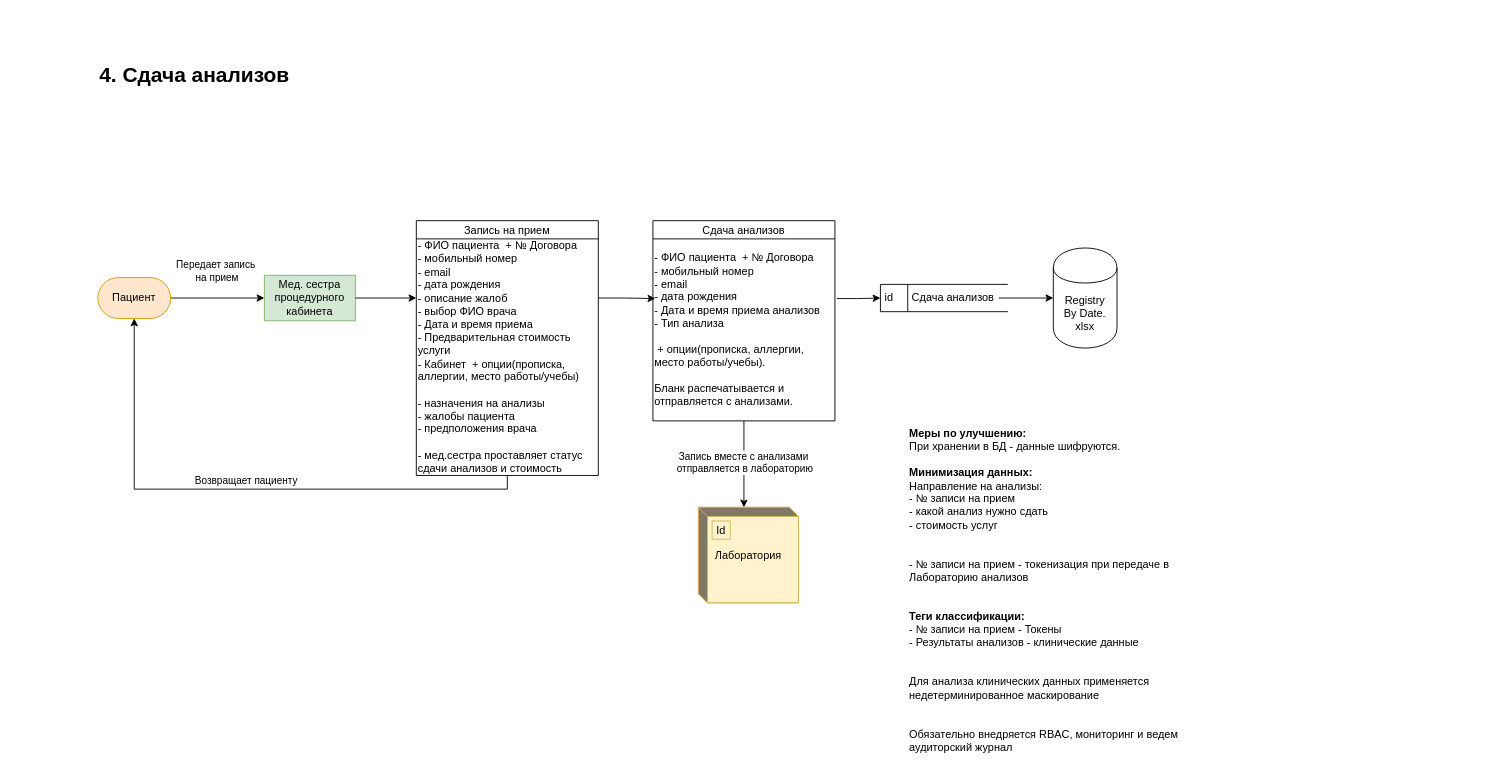
Before: page "Сдача анализов" (4 of 7) of Exc1/Data Flow Diagrams.drawio in Ayzatullin/architecture-sprint-10, a draw.io diagram. Source tidied: cells renumbered, new cells numbered last; positions are measured from the earlier drawing's top-left corner, leaving out a move shared by most shapes. Both pictures are drawn from the tidied source at 91%, with x=0, y=0 at pixel (97, 61).
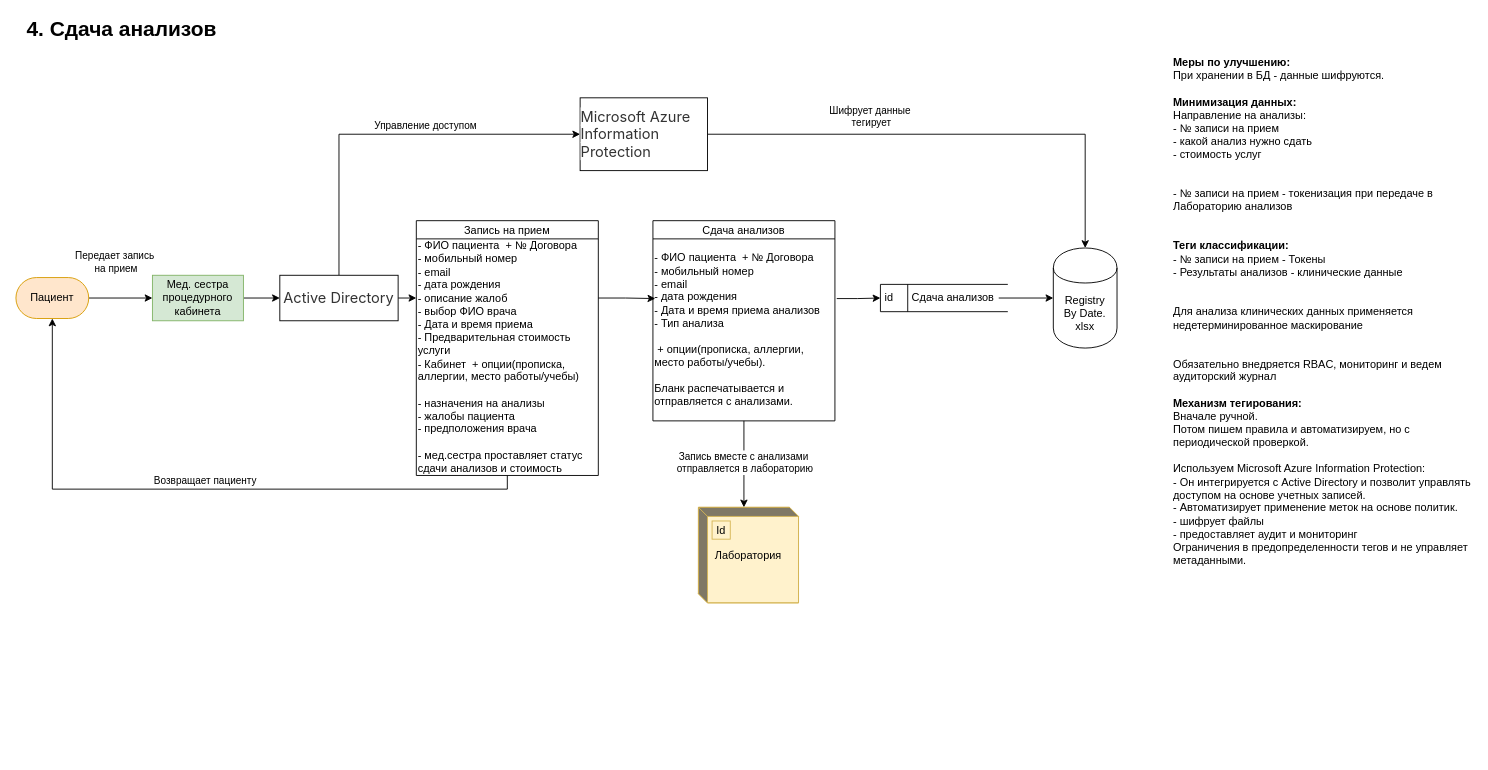
Above is the later version.

Commit message (it also covers changes not shown here):
В 1 задании описал механизм тегирование и инструменты в data flow diagrams

The change refers to these unchanged cells:
```xml
<mxCell id="2" style="edgeStyle=orthogonalEdgeStyle;rounded=0;jettySize=auto;html=1;" parent="1" edge="1" source="4" target="6">
  <mxGeometry relative="1" as="geometry" />
</mxCell>
<mxCell id="8" value="&lt;div style=&quot;&quot;&gt;&lt;span style=&quot;background-color: transparent; color: light-dark(rgb(0, 0, 0), rgb(255, 255, 255));&quot;&gt;- ФИО пациента&amp;nbsp;&lt;/span&gt;&lt;span style=&quot;background-color: transparent; color: light-dark(rgb(0, 0, 0), rgb(255, 255, 255));&quot;&gt;&amp;nbsp;&lt;/span&gt;&lt;span style=&quot;background-color: transparent; color: light-dark(rgb(0, 0, 0), rgb(255, 255, 255));&quot;&gt;+ № Договора&lt;/span&gt;&lt;/div&gt;&lt;div style=&quot;&quot;&gt;&lt;div&gt;- мобильный номер&lt;/div&gt;&lt;div&gt;- email&lt;/div&gt;&lt;div&gt;- дата рождения&lt;/div&gt;&lt;div&gt;- описание жалоб&lt;/div&gt;&lt;div&gt;- выбор ФИО врача&lt;/div&gt;&lt;div&gt;- Дата и время приема&lt;/div&gt;&lt;div&gt;- Предварительная стоимость услуги&lt;/div&gt;&lt;div&gt;- Кабинет&amp;nbsp;&lt;span style=&quot;background-color: transparent; color: light-dark(rgb(0, 0, 0), rgb(255, 255, 255));&quot;&gt;&amp;nbsp;+ опции(прописка, аллергии, место работы/учебы)&lt;/span&gt;&lt;/div&gt;&lt;div&gt;&lt;br&gt;&lt;/div&gt;&lt;div&gt;&lt;div&gt;- назначения на анализы&lt;/div&gt;&lt;div&gt;- жалобы пациента&lt;/div&gt;&lt;div&gt;- предположения врача&lt;/div&gt;&lt;/div&gt;&lt;div&gt;&lt;br&gt;&lt;/div&gt;&lt;div&gt;- мед.сестра проставляет статус сдачи анализов и стоимость&lt;/div&gt;&lt;/div&gt;" style="text;html=1;align=left;verticalAlign=middle;whiteSpace=wrap;rounded=0;" parent="7" vertex="1">
  <mxGeometry y="20" width="200" height="260" as="geometry" />
</mxCell>
<mxCell id="14" value="&lt;div&gt;Registry&lt;/div&gt;&lt;div&gt;By Date.&lt;/div&gt;&lt;div&gt;xlsx&lt;/div&gt;" style="shape=cylinder;whiteSpace=wrap;html=1;boundedLbl=1;backgroundOutline=1;" parent="1" vertex="1">
  <mxGeometry x="1050" y="205" width="70" height="110" as="geometry" />
</mxCell>
```

What changed in the source:
```diff
@@
     <mxCell id="3" value="Передает запись&amp;nbsp;&lt;div&gt;на прием&lt;/div&gt;" style="edgeLabel;html=1;align=center;verticalAlign=middle;" parent="2" vertex="1">
       <mxGeometry x="0.28" y="-3" relative="1" as="geometry">
-        <mxPoint x="-16" y="-33" as="offset" />
+        <mxPoint x="-16" y="-43" as="offset" />
       </mxGeometry>
     </mxCell>
     <mxCell id="4" value="Пациент" style="html=1;dashed=0;whiteSpace=wrap;shape=mxgraph.dfd.start;fillColor=#ffe6cc;strokeColor=#d79b00;" parent="1" vertex="1">
-      <mxGeometry y="237.5" width="80" height="45" as="geometry" />
+      <mxGeometry x="-90" y="237.5" width="80" height="45" as="geometry" />
     </mxCell>
     <mxCell id="5" value="4. Сдача анализов" style="text;html=1;align=left;verticalAlign=middle;whiteSpace=wrap;rounded=0;fontStyle=1;fontSize=23;" parent="1" vertex="1">
-      <mxGeometry width="660" height="30" as="geometry" />
+      <mxGeometry x="-80" y="-50" width="660" height="30" as="geometry" />
     </mxCell>
+    <mxCell id="25" style="edgeStyle=orthogonalEdgeStyle;rounded=0;jettySize=auto;html=1;entryX=0;entryY=0.5;entryDx=0;entryDy=0;" parent="1" edge="1" source="6" target="28">
+      <mxGeometry relative="1" as="geometry" />
+    </mxCell>
     <mxCell id="6" value="Мед. сестра процедурного кабинета" style="html=1;dashed=0;whiteSpace=wrap;fillColor=#d5e8d4;strokeColor=#82b366;" parent="1" vertex="1">
-      <mxGeometry x="183" y="235" width="100" height="50" as="geometry" />
+      <mxGeometry x="60" y="235" width="100" height="50" as="geometry" />
     </mxCell>
@@
-    <mxCell id="9" style="edgeStyle=orthogonalEdgeStyle;rounded=0;jettySize=auto;html=1;entryX=0;entryY=0.25;entryDx=0;entryDy=0;" parent="1" edge="1" source="6" target="8">
+    <mxCell id="9" style="edgeStyle=orthogonalEdgeStyle;rounded=0;jettySize=auto;html=1;entryX=0;entryY=0.25;entryDx=0;entryDy=0;exitX=1;exitY=0.5;exitDx=0;exitDy=0;" parent="1" edge="1" source="28" target="8">
       <mxGeometry relative="1" as="geometry" />
     </mxCell>
@@
     <mxCell id="16" style="edgeStyle=orthogonalEdgeStyle;rounded=0;jettySize=auto;html=1;entryX=0.5;entryY=0.5;entryDx=0;entryDy=22.5;entryPerimeter=0;" parent="1" edge="1" source="8" target="4">
       <mxGeometry relative="1" as="geometry">
         <Array as="points">
           <mxPoint x="450" y="470" />
-          <mxPoint x="40" y="470" />
+          <mxPoint x="-50" y="470" />
         </Array>
       </mxGeometry>
     </mxCell>
@@
-    <mxCell id="24" value="&lt;div&gt;&lt;span style=&quot;background-color: transparent; color: light-dark(rgb(0, 0, 0), rgb(255, 255, 255));&quot;&gt;&lt;b&gt;Меры по улучшению:&lt;/b&gt;&lt;/span&gt;&lt;/div&gt;&lt;div&gt;&lt;span style=&quot;background-color: transparent; color: light-dark(rgb(0, 0, 0), rgb(255, 255, 255));&quot;&gt;При хранении в БД - данные шифруются.&lt;/span&gt;&lt;/div&gt;&lt;div&gt;&lt;span style=&quot;background-color: transparent; color: light-dark(rgb(0, 0, 0), rgb(255, 255, 255));&quot;&gt;&lt;br&gt;&lt;/span&gt;&lt;/div&gt;&lt;div&gt;&lt;b style=&quot;background-color: transparent; color: light-dark(rgb(0, 0, 0), rgb(255, 255, 255));&quot;&gt;Минимизация данных:&lt;/b&gt;&lt;/div&gt;&lt;div&gt;&lt;span style=&quot;background-color: transparent; color: light-dark(rgb(0, 0, 0), rgb(255, 255, 255));&quot;&gt;Направление на анализы:&lt;/span&gt;&lt;/div&gt;&lt;div&gt;- № записи на прием&lt;/div&gt;&lt;div&gt;- какой анализ нужно сдать&lt;/div&gt;&lt;div&gt;- стоимость услуг&lt;/div&gt;&lt;div&gt;&lt;span style=&quot;background-color: transparent; color: light-dark(rgb(0, 0, 0), rgb(255, 255, 255));&quot;&gt;&lt;br&gt;&lt;/span&gt;&lt;/div&gt;&lt;div&gt;&lt;br&gt;&lt;/div&gt;&lt;div&gt;-&amp;nbsp;&lt;span style=&quot;background-color: transparent; color: light-dark(rgb(0, 0, 0), rgb(255, 255, 255));&quot;&gt;№ записи на прием - токенизация при передаче в Лабораторию анализов&lt;/span&gt;&lt;/div&gt;&lt;div&gt;&lt;span style=&quot;background-color: transparent; color: light-dark(rgb(0, 0, 0), rgb(255, 255, 255));&quot;&gt;&lt;br&gt;&lt;/span&gt;&lt;/div&gt;&lt;div&gt;&lt;span style=&quot;background-color: transparent; color: light-dark(rgb(0, 0, 0), rgb(255, 255, 255));&quot;&gt;&lt;br&gt;&lt;/span&gt;&lt;/div&gt;&lt;div&gt;&lt;span style=&quot;background-color: transparent; color: light-dark(rgb(0, 0, 0), rgb(255, 255, 255));&quot;&gt;&lt;b&gt;Теги классификации:&lt;/b&gt;&lt;/span&gt;&lt;/div&gt;&lt;div&gt;&lt;span style=&quot;background-color: transparent; color: light-dark(rgb(0, 0, 0), rgb(255, 255, 255));&quot;&gt;-&amp;nbsp;&lt;/span&gt;&lt;span style=&quot;background-color: transparent; color: light-dark(rgb(0, 0, 0), rgb(255, 255, 255));&quot;&gt;№ записи на прием -&amp;nbsp;&lt;/span&gt;&lt;span style=&quot;background-color: transparent; color: light-dark(rgb(0, 0, 0), rgb(255, 255, 255));&quot;&gt;Токены&lt;/span&gt;&lt;/div&gt;&lt;div&gt;&lt;span style=&quot;background-color: transparent; color: light-dark(rgb(0, 0, 0), rgb(255, 255, 255));&quot;&gt;- Результаты анализов - клинические данные&lt;/span&gt;&lt;/div&gt;&lt;div&gt;&lt;span style=&quot;background-color: transparent; color: light-dark(rgb(0, 0, 0), rgb(255, 255, 255));&quot;&gt;&lt;br&gt;&lt;/span&gt;&lt;/div&gt;&lt;div&gt;&lt;span style=&quot;background-color: transparent; color: light-dark(rgb(0, 0, 0), rgb(255, 255, 255));&quot;&gt;&lt;br&gt;&lt;/span&gt;&lt;/div&gt;&lt;div&gt;&lt;span style=&quot;background-color: transparent; color: light-dark(rgb(0, 0, 0), rgb(255, 255, 255));&quot;&gt;Для анализа клинических данных применяется недетерминированное маскирование&lt;/span&gt;&lt;/div&gt;&lt;div&gt;&lt;span style=&quot;background-color: transparent; color: light-dark(rgb(0, 0, 0), rgb(255, 255, 255));&quot;&gt;&lt;br&gt;&lt;/span&gt;&lt;/div&gt;&lt;div&gt;&lt;span style=&quot;background-color: transparent; color: light-dark(rgb(0, 0, 0), rgb(255, 255, 255));&quot;&gt;&lt;br&gt;&lt;/span&gt;&lt;/div&gt;&lt;div&gt;Обязательно внедряется RBAC, мониторинг и ведем аудиторский журнал&lt;span style=&quot;background-color: transparent; color: light-dark(rgb(0, 0, 0), rgb(255, 255, 255));&quot;&gt;&lt;/span&gt;&lt;/div&gt;" style="text;html=1;align=left;verticalAlign=top;whiteSpace=wrap;rounded=0;" parent="1" vertex="1">
-      <mxGeometry x="890" y="395" width="330" height="365" as="geometry" />
+    <mxCell id="24" value="&lt;div&gt;&lt;span style=&quot;background-color: transparent; color: light-dark(rgb(0, 0, 0), rgb(255, 255, 255));&quot;&gt;&lt;b&gt;Меры по улучшению:&lt;/b&gt;&lt;/span&gt;&lt;/div&gt;&lt;div&gt;&lt;span style=&quot;background-color: transparent; color: light-dark(rgb(0, 0, 0), rgb(255, 255, 255));&quot;&gt;При хранении в БД - данные шифруются.&lt;/span&gt;&lt;/div&gt;&lt;div&gt;&lt;span style=&quot;background-color: transparent; color: light-dark(rgb(0, 0, 0), rgb(255, 255, 255));&quot;&gt;&lt;br&gt;&lt;/span&gt;&lt;/div&gt;&lt;div&gt;&lt;b style=&quot;background-color: transparent; color: light-dark(rgb(0, 0, 0), rgb(255, 255, 255));&quot;&gt;Минимизация данных:&lt;/b&gt;&lt;/div&gt;&lt;div&gt;&lt;span style=&quot;background-color: transparent; color: light-dark(rgb(0, 0, 0), rgb(255, 255, 255));&quot;&gt;Направление на анализы:&lt;/span&gt;&lt;/div&gt;&lt;div&gt;- № записи на прием&lt;/div&gt;&lt;div&gt;- какой анализ нужно сдать&lt;/div&gt;&lt;div&gt;- стоимость услуг&lt;/div&gt;&lt;div&gt;&lt;span style=&quot;background-color: transparent; color: light-dark(rgb(0, 0, 0), rgb(255, 255, 255));&quot;&gt;&lt;br&gt;&lt;/span&gt;&lt;/div&gt;&lt;div&gt;&lt;br&gt;&lt;/div&gt;&lt;div&gt;-&amp;nbsp;&lt;span style=&quot;background-color: transparent; color: light-dark(rgb(0, 0, 0), rgb(255, 255, 255));&quot;&gt;№ записи на прием - токенизация при передаче в Лабораторию анализов&lt;/span&gt;&lt;/div&gt;&lt;div&gt;&lt;span style=&quot;background-color: transparent; color: light-dark(rgb(0, 0, 0), rgb(255, 255, 255));&quot;&gt;&lt;br&gt;&lt;/span&gt;&lt;/div&gt;&lt;div&gt;&lt;span style=&quot;background-color: transparent; color: light-dark(rgb(0, 0, 0), rgb(255, 255, 255));&quot;&gt;&lt;br&gt;&lt;/span&gt;&lt;/div&gt;&lt;div&gt;&lt;span style=&quot;background-color: transparent; color: light-dark(rgb(0, 0, 0), rgb(255, 255, 255));&quot;&gt;&lt;b&gt;Теги классификации:&lt;/b&gt;&lt;/span&gt;&lt;/div&gt;&lt;div&gt;&lt;span style=&quot;background-color: transparent; color: light-dark(rgb(0, 0, 0), rgb(255, 255, 255));&quot;&gt;-&amp;nbsp;&lt;/span&gt;&lt;span style=&quot;background-color: transparent; color: light-dark(rgb(0, 0, 0), rgb(255, 255, 255));&quot;&gt;№ записи на прием -&amp;nbsp;&lt;/span&gt;&lt;span style=&quot;background-color: transparent; color: light-dark(rgb(0, 0, 0), rgb(255, 255, 255));&quot;&gt;Токены&lt;/span&gt;&lt;/div&gt;&lt;div&gt;&lt;span style=&quot;background-color: transparent; color: light-dark(rgb(0, 0, 0), rgb(255, 255, 255));&quot;&gt;- Результаты анализов - клинические данные&lt;/span&gt;&lt;/div&gt;&lt;div&gt;&lt;span style=&quot;background-color: transparent; color: light-dark(rgb(0, 0, 0), rgb(255, 255, 255));&quot;&gt;&lt;br&gt;&lt;/span&gt;&lt;/div&gt;&lt;div&gt;&lt;span style=&quot;background-color: transparent; color: light-dark(rgb(0, 0, 0), rgb(255, 255, 255));&quot;&gt;&lt;br&gt;&lt;/span&gt;&lt;/div&gt;&lt;div&gt;&lt;span style=&quot;background-color: transparent; color: light-dark(rgb(0, 0, 0), rgb(255, 255, 255));&quot;&gt;Для анализа клинических данных применяется недетерминированное маскирование&lt;/span&gt;&lt;/div&gt;&lt;div&gt;&lt;span style=&quot;background-color: transparent; color: light-dark(rgb(0, 0, 0), rgb(255, 255, 255));&quot;&gt;&lt;br&gt;&lt;/span&gt;&lt;/div&gt;&lt;div&gt;&lt;span style=&quot;background-color: transparent; color: light-dark(rgb(0, 0, 0), rgb(255, 255, 255));&quot;&gt;&lt;br&gt;&lt;/span&gt;&lt;/div&gt;&lt;div&gt;Обязательно внедряется RBAC, мониторинг и ведем аудиторский журнал&lt;span style=&quot;background-color: transparent; color: light-dark(rgb(0, 0, 0), rgb(255, 255, 255));&quot;&gt;&lt;/span&gt;&lt;/div&gt;&lt;div&gt;&lt;br&gt;&lt;/div&gt;&lt;div&gt;&lt;div&gt;&lt;span style=&quot;background-color: transparent; color: light-dark(rgb(0, 0, 0), rgb(255, 255, 255));&quot;&gt;&lt;b&gt;Механизм тегирования:&lt;/b&gt;&lt;/span&gt;&lt;/div&gt;&lt;div&gt;Вначале ручной.&amp;nbsp;&lt;/div&gt;&lt;div&gt;Потом пишем правила и автоматизируем, но с периодической проверкой.&lt;/div&gt;&lt;div&gt;&lt;br&gt;&lt;/div&gt;&lt;div&gt;Используем&amp;nbsp;Microsoft Azure Information Protection:&lt;/div&gt;&lt;div&gt;- Он интегрируется с Active Directory и позволит управлять доступом на основе учетных записей.&lt;/div&gt;&lt;div&gt;- Автоматизирует применение меток на основе политик.&lt;/div&gt;&lt;div&gt;- шифрует файлы&lt;/div&gt;&lt;div&gt;- предоставляет аудит и мониторинг&lt;/div&gt;&lt;div&gt;Ограничения в предопределенности тегов и не управляет метаданными.&lt;/div&gt;&lt;/div&gt;" style="text;html=1;align=left;verticalAlign=top;whiteSpace=wrap;rounded=0;" parent="1" vertex="1">
+      <mxGeometry x="1180" y="-12.5" width="330" height="595" as="geometry" />
     </mxCell>
+    <mxCell id="26" style="edgeStyle=orthogonalEdgeStyle;rounded=0;jettySize=auto;html=1;entryX=0;entryY=0.5;entryDx=0;entryDy=0;" parent="1" edge="1" source="28" target="31">
+      <mxGeometry relative="1" as="geometry">
+        <Array as="points">
+          <mxPoint x="265" y="80" />
+        </Array>
+      </mxGeometry>
+    </mxCell>
+    <mxCell id="27" value="Управление доступом" style="edgeLabel;html=1;align=center;verticalAlign=middle;" parent="26" vertex="1">
+      <mxGeometry x="0.58" y="1" relative="1" as="geometry">
+        <mxPoint x="-83" y="-9" as="offset" />
+      </mxGeometry>
+    </mxCell>
+    <mxCell id="28" value="&lt;div style=&quot;text-align: start;&quot;&gt;&lt;font face=&quot;YS Text, -apple-system, BlinkMacSystemFont, Arial, Helvetica, sans-serif&quot; color=&quot;#333333&quot;&gt;&lt;span style=&quot;font-size: 16px; background-color: rgb(255, 255, 255);&quot;&gt;Active Directory&lt;/span&gt;&lt;/font&gt;&lt;/div&gt;" style="html=1;dashed=0;whiteSpace=wrap;" parent="1" vertex="1">
+      <mxGeometry x="200" y="235" width="130" height="50" as="geometry" />
+    </mxCell>
+    <mxCell id="29" style="edgeStyle=orthogonalEdgeStyle;rounded=0;jettySize=auto;html=1;entryX=0.5;entryY=0;entryDx=0;entryDy=0;" parent="1" edge="1" source="31" target="14">
+      <mxGeometry relative="1" as="geometry" />
+    </mxCell>
+    <mxCell id="30" value="Шифрует данные&amp;nbsp;&lt;div&gt;тегирует&lt;/div&gt;" style="edgeLabel;html=1;align=center;verticalAlign=middle;" parent="29" vertex="1">
+      <mxGeometry x="-0.32" y="1" relative="1" as="geometry">
+        <mxPoint x="-5" y="-19" as="offset" />
+      </mxGeometry>
+    </mxCell>
+    <mxCell id="31" value="&lt;div style=&quot;text-align: start;&quot;&gt;&lt;font face=&quot;YS Text, -apple-system, BlinkMacSystemFont, Arial, Helvetica, sans-serif&quot; color=&quot;#333333&quot;&gt;&lt;span style=&quot;font-size: 16px; background-color: rgb(255, 255, 255);&quot;&gt;Microsoft Azure Information Protection&lt;/span&gt;&lt;/font&gt;&lt;/div&gt;" style="html=1;dashed=0;whiteSpace=wrap;" parent="1" vertex="1">
+      <mxGeometry x="530" y="40" width="140" height="80" as="geometry" />
+    </mxCell>
```
